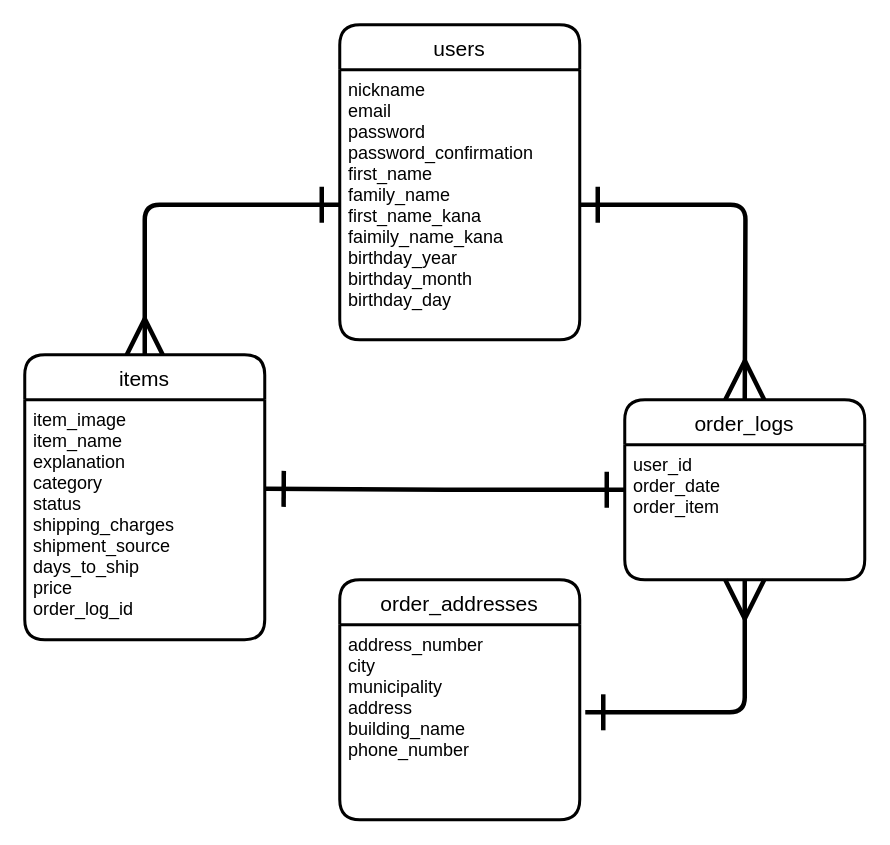
Before: test.dio in Chang-Mori/furima-30980, a draw.io diagram. Source tidied: cells renumbered, new cells numbered last; positions are measured from the earlier drawing's top-left corner, leaving out a move shared by most shapes. Both pictures are drawn from the tidied source at 150%, with x=0, y=0 at pixel (24, 24).
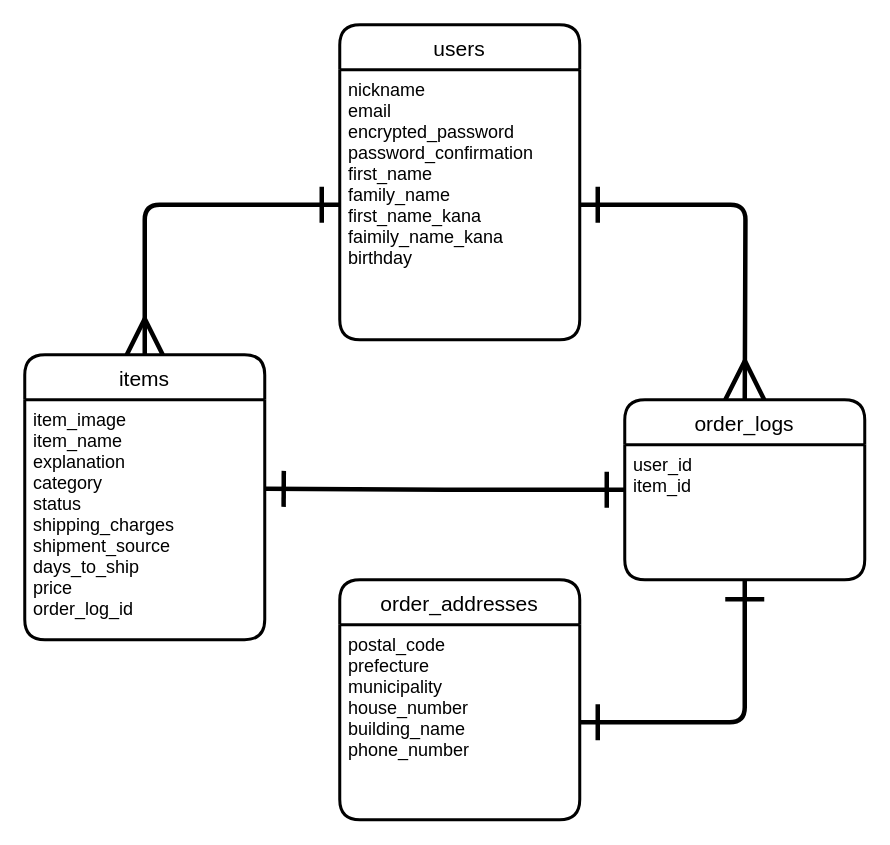
The same page after the edit.

Change to the diagram source:
```diff
@@
 <mxGraphModel>
   <root>
     <mxCell id="0" />
     <mxCell id="1" parent="0" />
     <mxCell id="2" value="items" style="swimlane;horizontal=1;startSize=30;rounded=1;fontSize=14;fontStyle=0;strokeWidth=2;shadow=0;dashed=0;align=center;" parent="1" vertex="1">
       <mxGeometry y="220" width="160" height="190" as="geometry" />
     </mxCell>
     <mxCell id="3" value="item_image&#10;item_name&#10;explanation&#10;category&#10;status&#10;shipping_charges&#10;shipment_source&#10;days_to_ship&#10;price&#10;order_log_id" style="align=left;strokeColor=none;fillColor=none;spacingLeft=4;fontSize=12;verticalAlign=top;" parent="2" vertex="1">
       <mxGeometry y="30" width="160" height="160" as="geometry" />
     </mxCell>
     <mxCell id="4" style="edgeStyle=orthogonalEdgeStyle;rounded=1;jettySize=auto;html=1;entryX=0.5;entryY=0;entryDx=0;entryDy=0;startArrow=ERone;startFill=0;startSize=20;endArrow=ERmany;endFill=0;endSize=20;strokeWidth=3;" parent="1" edge="1" source="12" target="2">
       <mxGeometry relative="1" as="geometry" />
     </mxCell>
     <mxCell id="5" value="order_addresses" style="swimlane;horizontal=1;startSize=30;rounded=1;fontSize=14;fontStyle=0;strokeWidth=2;shadow=0;dashed=0;align=center;" parent="1" vertex="1">
       <mxGeometry x="210" y="370" width="160" height="160" as="geometry" />
     </mxCell>
-    <mxCell id="6" value="address_number&#10;city&#10;municipality&#10;address&#10;building_name&#10;phone_number" style="align=left;strokeColor=none;fillColor=none;spacingLeft=4;fontSize=12;verticalAlign=top;" parent="5" vertex="1">
+    <mxCell id="6" value="postal_code&#10;prefecture&#10;municipality&#10;house_number&#10;building_name&#10;phone_number" style="align=left;strokeColor=none;fillColor=none;spacingLeft=4;fontSize=12;verticalAlign=top;" parent="5" vertex="1">
       <mxGeometry y="30" width="160" height="130" as="geometry" />
     </mxCell>
     <mxCell id="7" style="edgeStyle=orthogonalEdgeStyle;rounded=0;jettySize=auto;html=1;exitX=0;exitY=0.5;exitDx=0;exitDy=0;entryX=1.004;entryY=0.371;entryDx=0;entryDy=0;entryPerimeter=0;endArrow=ERone;endFill=0;startArrow=ERone;startFill=0;strokeWidth=3;targetPerimeterSpacing=1;sourcePerimeterSpacing=2;startSize=20;endSize=20;" parent="1" edge="1" source="8" target="3">
       <mxGeometry relative="1" as="geometry" />
     </mxCell>
     <mxCell id="8" value="order_logs" style="swimlane;horizontal=1;startSize=30;rounded=1;fontSize=14;fontStyle=0;strokeWidth=2;shadow=0;dashed=0;align=center;" parent="1" vertex="1">
       <mxGeometry x="400" y="250" width="160" height="120" as="geometry" />
     </mxCell>
-    <mxCell id="9" value="user_id&#10;order_date&#10;order_item&#10;" style="align=left;strokeColor=none;fillColor=none;spacingLeft=4;fontSize=12;verticalAlign=top;" parent="8" vertex="1">
+    <mxCell id="9" value="user_id&#10;item_id&#10;" style="align=left;strokeColor=none;fillColor=none;spacingLeft=4;fontSize=12;verticalAlign=top;" parent="8" vertex="1">
       <mxGeometry y="30" width="160" height="90" as="geometry" />
     </mxCell>
     <mxCell id="10" style="edgeStyle=orthogonalEdgeStyle;jettySize=auto;html=1;entryX=0.5;entryY=0;entryDx=0;entryDy=0;endArrow=ERmany;endFill=0;rounded=1;startArrow=ERone;startFill=0;endSize=22;startSize=20;exitX=1;exitY=0.5;exitDx=0;exitDy=0;strokeWidth=3;" parent="8" edge="1" source="12">
       <mxGeometry relative="1" as="geometry">
         <mxPoint x="80" as="targetPoint" />
       </mxGeometry>
     </mxCell>
     <mxCell id="11" value="users" style="swimlane;horizontal=1;startSize=30;rounded=1;fontSize=14;fontStyle=0;strokeWidth=2;shadow=0;dashed=0;align=center;" parent="1" vertex="1">
       <mxGeometry x="210" width="160" height="210" as="geometry" />
     </mxCell>
-    <mxCell id="12" value="nickname&#10;email&#10;password&#10;password_confirmation&#10;first_name&#10;family_name&#10;first_name_kana&#10;faimily_name_kana&#10;birthday_year&#10;birthday_month&#10;birthday_day&#10;" style="align=left;strokeColor=none;fillColor=none;spacingLeft=4;fontSize=12;verticalAlign=top;" parent="11" vertex="1">
+    <mxCell id="12" value="nickname&#10;email&#10;encrypted_password&#10;password_confirmation&#10;first_name&#10;family_name&#10;first_name_kana&#10;faimily_name_kana&#10;birthday&#10;" style="align=left;strokeColor=none;fillColor=none;spacingLeft=4;fontSize=12;verticalAlign=top;" parent="11" vertex="1">
       <mxGeometry y="30" width="160" height="180" as="geometry" />
     </mxCell>
-    <mxCell id="13" style="edgeStyle=orthogonalEdgeStyle;jettySize=auto;html=1;endArrow=ERmany;endFill=0;rounded=1;startArrow=ERone;startFill=0;endSize=22;startSize=20;exitX=1.023;exitY=0.449;exitDx=0;exitDy=0;strokeWidth=3;exitPerimeter=0;entryX=0.5;entryY=1;entryDx=0;entryDy=0;" parent="1" edge="1" source="6" target="9">
+    <mxCell id="13" style="edgeStyle=orthogonalEdgeStyle;jettySize=auto;html=1;endArrow=ERone;endFill=0;rounded=1;startArrow=ERone;startFill=0;endSize=22;startSize=20;strokeWidth=3;entryX=0.5;entryY=1;entryDx=0;entryDy=0;" parent="1" edge="1" source="6" target="9">
       <mxGeometry relative="1" as="geometry" />
     </mxCell>
   </root>
 </mxGraphModel>
```
